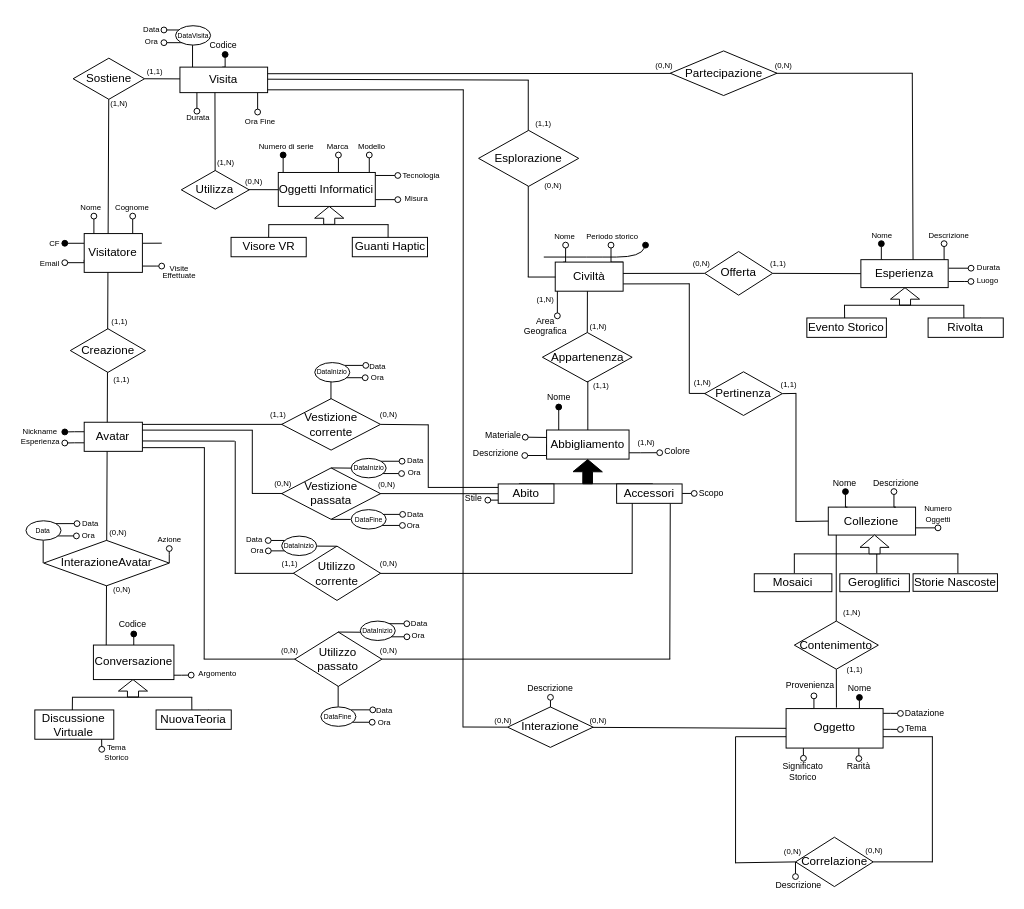
pnocerino/BasiDiDati keeps this draw.io diagram as WP1/ER canonico.drawio. Above is the earlier version. Source tidied: cells renumbered, new cells numbered last; positions are measured from the earlier drawing's top-left corner, leaving out a move shared by most shapes. Both pictures are drawn from the tidied source at 97%, with x=0, y=0 at pixel (16, 20).
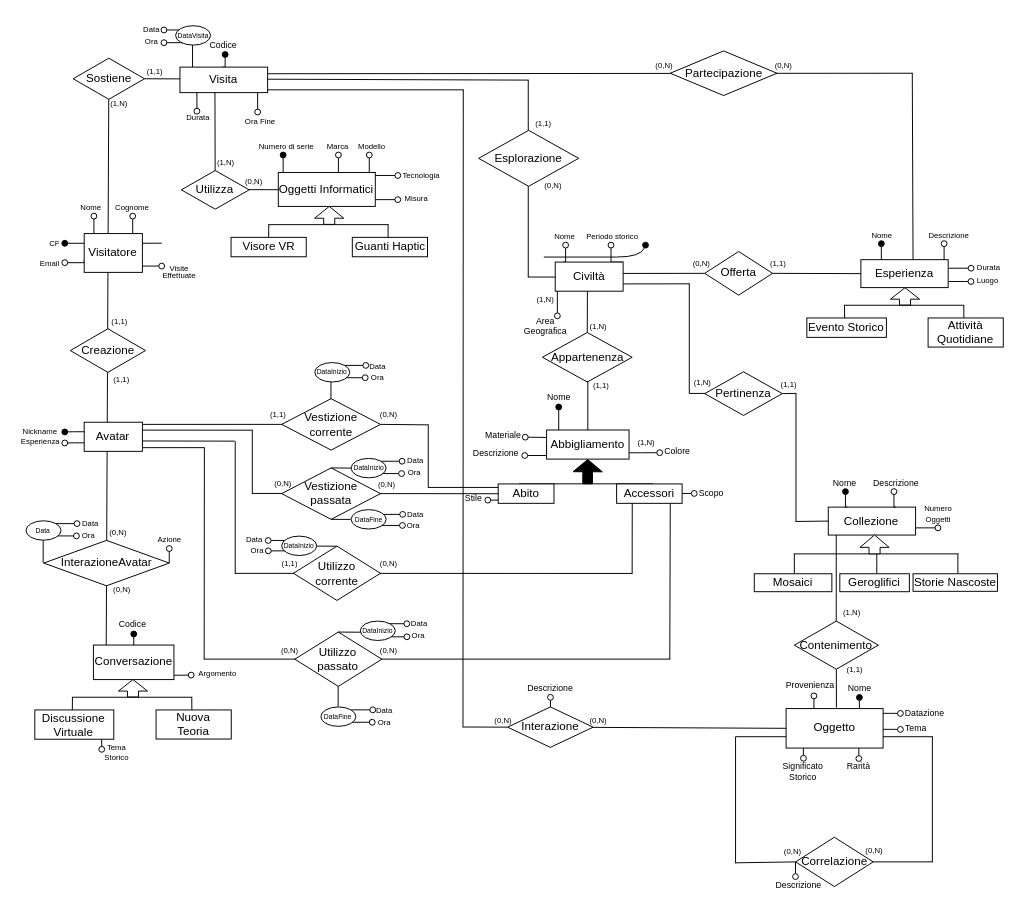
Above is the later version.

Diff of the diagram source:
```diff
@@
-    <mxCell id="69" value="Rivolta" style="whiteSpace=wrap;html=1;align=center;" parent="1" vertex="1">
-      <mxGeometry x="939.3" y="306.3" width="77.5" height="20" as="geometry" />
+    <mxCell id="69" value="Attività Quotidiane" style="whiteSpace=wrap;html=1;align=center;" parent="1" vertex="1">
+      <mxGeometry x="939.3" y="306.3" width="77.5" height="30" as="geometry" />
     </mxCell>
@@
-    <mxCell id="204" value="NuovaTeoria" style="whiteSpace=wrap;html=1;align=center;" parent="1" vertex="1">
-      <mxGeometry x="143.4" y="710.4" width="77.5" height="20" as="geometry" />
+    <mxCell id="204" value="Nuova&lt;div&gt;Teoria&lt;/div&gt;" style="whiteSpace=wrap;html=1;align=center;" parent="1" vertex="1">
+      <mxGeometry x="143.4" y="710.4" width="77.5" height="30" as="geometry" />
     </mxCell>
```
